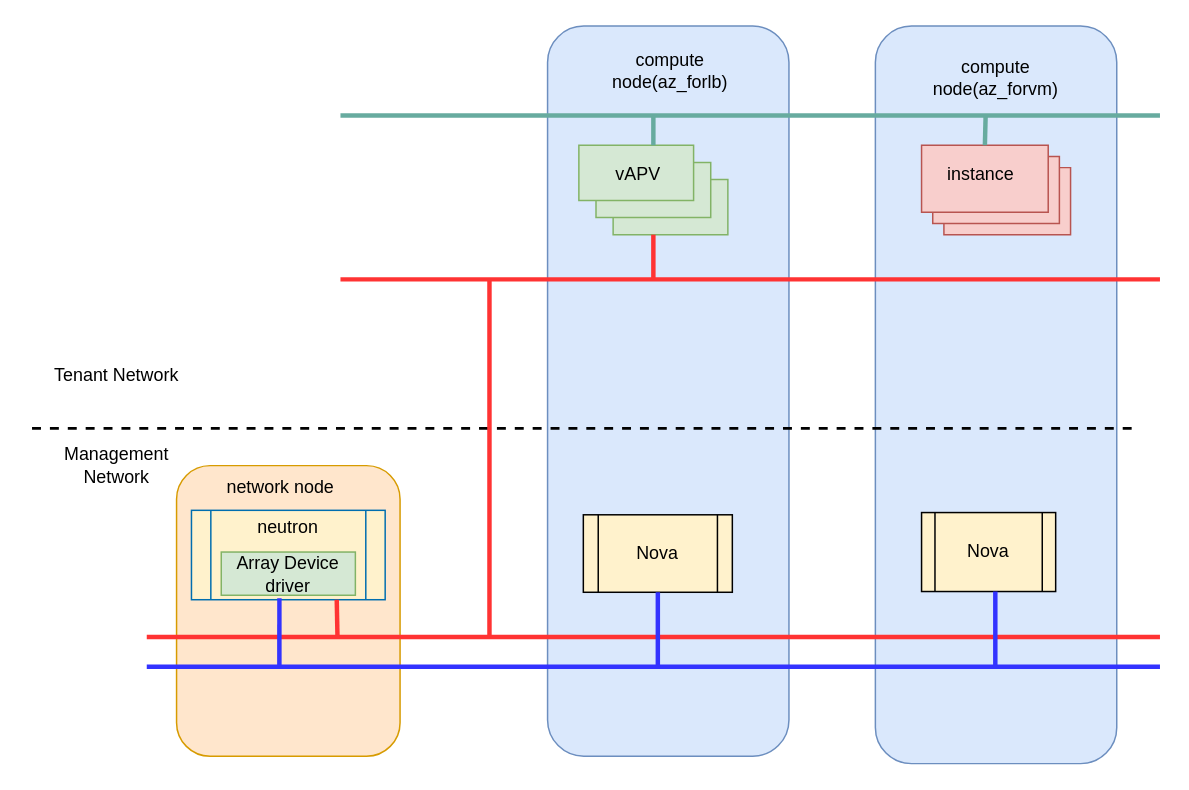
The draw.io diagram array_deployment_arch.drawio in jarod-w/fordraw.io, before the edit. Source tidied: cells renumbered, new cells numbered last; positions are measured from the earlier drawing's top-left corner, leaving out a move shared by most shapes. Both pictures are drawn from the tidied source at 149%, with x=0, y=0 at pixel (31, 25).
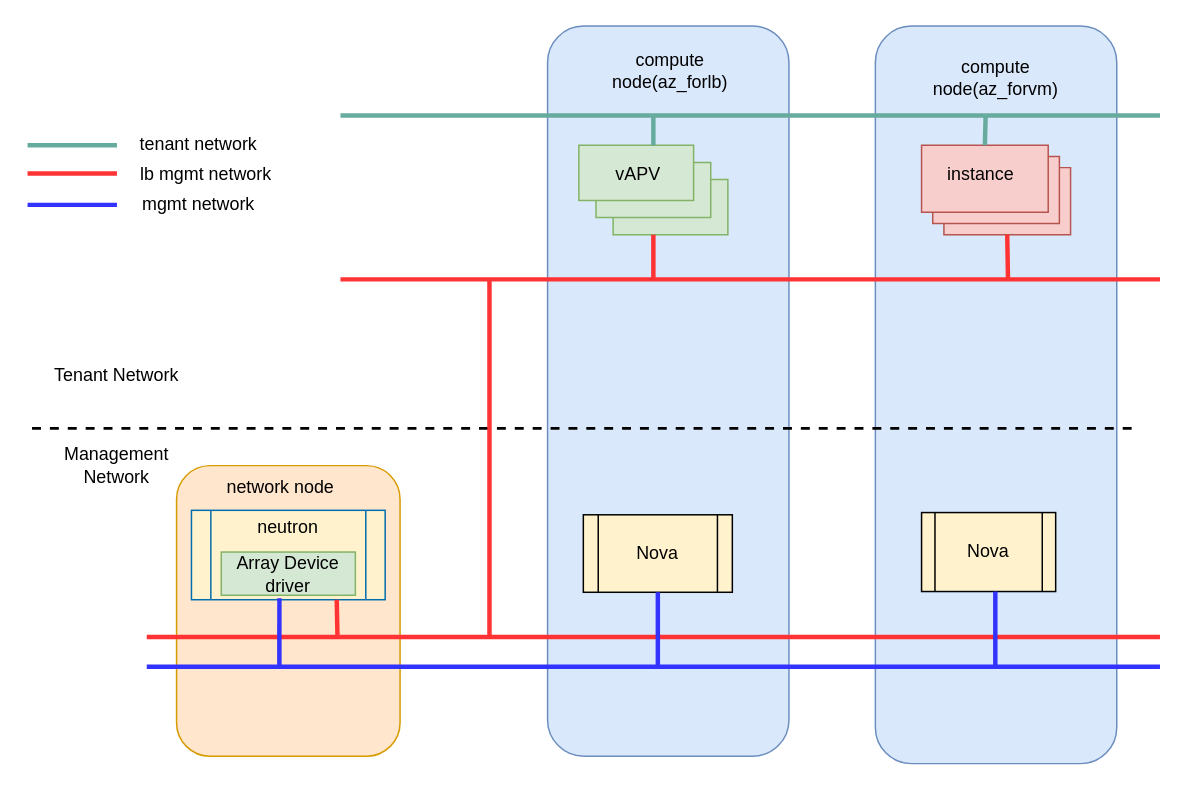
The same page after the edit.

Unchanged cells that the change refers to:
```xml
<mxCell id="29" style="verticalLabelPosition=bottom;verticalAlign=top;html=1;shape=mxgraph.basic.layered_rect;dx=15;outlineConnect=0;fillColor=#f8cecc;strokeColor=#b85450;" parent="1" vertex="1">
  <mxGeometry x="597" y="80" width="100" height="60" as="geometry" />
</mxCell>
```

Diff of the diagram source:
```diff
@@
+    <mxCell id="32" style="endArrow=none;html=1;strokeColor=#FF3333;strokeWidth=3;entryX=0;entryY=0;entryDx=57.5;entryDy=60;entryPerimeter=0;" parent="1" edge="1" target="29">
+      <mxGeometry relative="1" as="geometry">
+        <mxPoint x="655" y="170" as="sourcePoint" />
+      </mxGeometry>
+    </mxCell>
+    <mxCell id="33" style="endArrow=none;html=1;strokeColor=#67AB9F;strokeWidth=3;" parent="1" edge="1">
+      <mxGeometry relative="1" as="geometry">
+        <mxPoint x="-3" y="80" as="sourcePoint" />
+        <mxPoint x="57" y="80" as="targetPoint" />
+      </mxGeometry>
+    </mxCell>
+    <mxCell id="34" style="endArrow=none;html=1;strokeColor=#FF3333;strokeWidth=3;" parent="1" edge="1">
+      <mxGeometry relative="1" as="geometry">
+        <mxPoint x="-3" y="99" as="sourcePoint" />
+        <mxPoint x="57" y="99" as="targetPoint" />
+      </mxGeometry>
+    </mxCell>
+    <mxCell id="35" style="endArrow=none;html=1;strokeColor=#3333FF;strokeWidth=3;" parent="1" edge="1">
+      <mxGeometry relative="1" as="geometry">
+        <mxPoint x="-3" y="120" as="sourcePoint" />
+        <mxPoint x="57" y="120" as="targetPoint" />
+      </mxGeometry>
+    </mxCell>
+    <mxCell id="36" value="tenant network" style="text;html=1;strokeColor=none;fillColor=none;align=center;verticalAlign=middle;whiteSpace=wrap;rounded=0;" parent="1" vertex="1">
+      <mxGeometry x="67" y="70" width="90" height="20" as="geometry" />
+    </mxCell>
+    <mxCell id="37" value="lb mgmt network" style="text;html=1;strokeColor=none;fillColor=none;align=center;verticalAlign=middle;whiteSpace=wrap;rounded=0;" parent="1" vertex="1">
+      <mxGeometry x="67" y="90" width="100" height="20" as="geometry" />
+    </mxCell>
+    <mxCell id="38" value="mgmt network" style="text;html=1;strokeColor=none;fillColor=none;align=center;verticalAlign=middle;whiteSpace=wrap;rounded=0;" parent="1" vertex="1">
+      <mxGeometry x="62" y="110" width="100" height="20" as="geometry" />
+    </mxCell>
```
